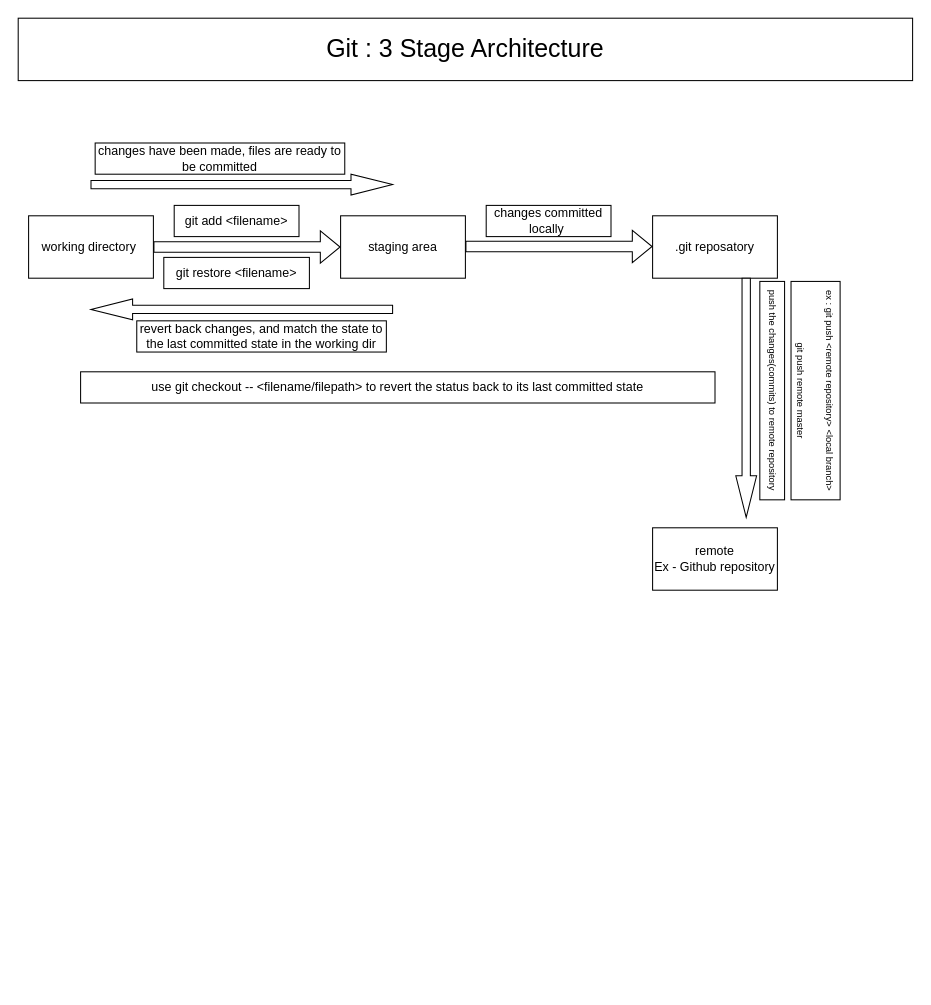
Above: Git_architecture.drawio in mj111312/learning-Git (draw.io), before the change. Source tidied: cells renumbered, new cells numbered last; positions are measured from the earlier drawing's top-left corner, leaving out a move shared by most shapes. Both pictures are drawn from the tidied source at 104%, with x=0, y=0 at pixel (18, 18).
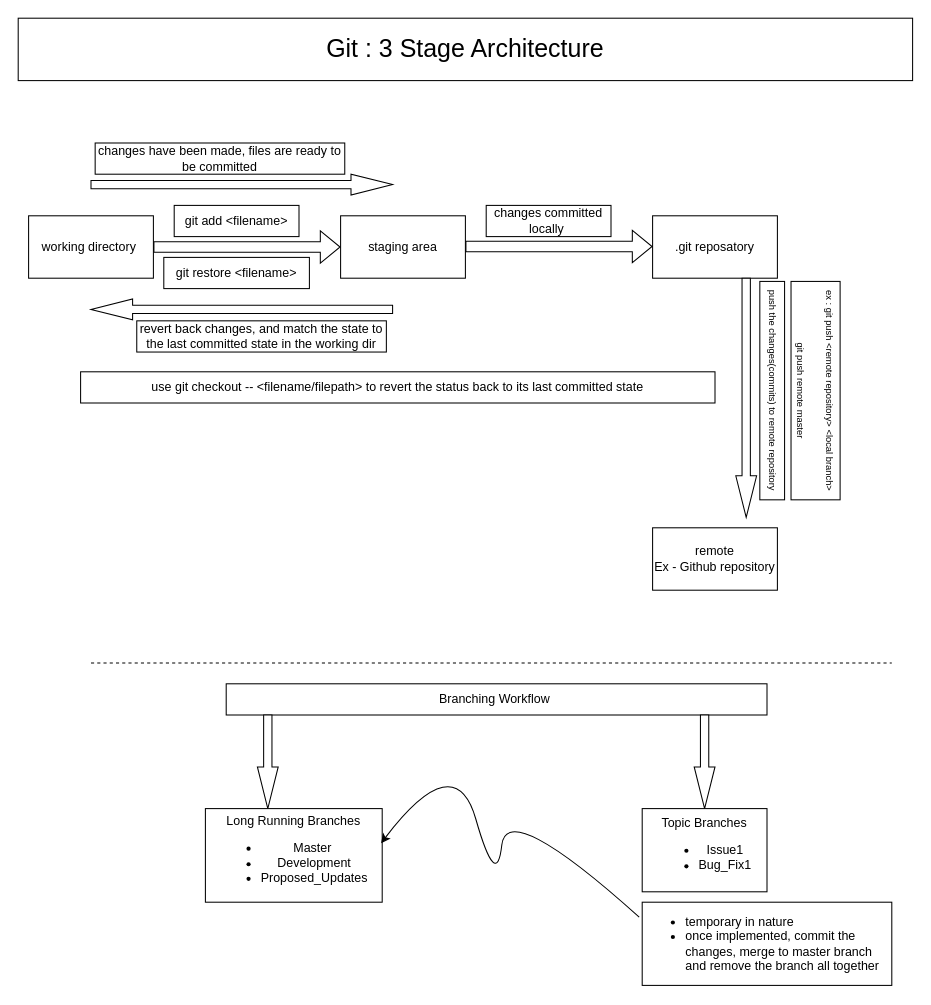
Above is the later version.

Commit message (it also covers changes not shown here):
added info about branching workflow in architecture diagram

The edit, as a diff of the source:
```diff
@@
+    <mxCell id="20" style="endArrow=none;dashed=1;html=1;rounded=0;" parent="1" edge="1">
+      <mxGeometry relative="1" as="geometry">
+        <mxPoint x="70" y="620" as="sourcePoint" />
+        <mxPoint x="840" y="620" as="targetPoint" />
+        <Array as="points">
+          <mxPoint x="120" y="620" />
+        </Array>
+      </mxGeometry>
+    </mxCell>
+    <mxCell id="21" value="Branching Workflow&amp;nbsp;" style="rounded=0;whiteSpace=wrap;html=1;" parent="1" vertex="1">
+      <mxGeometry x="200" y="640" width="520" height="30" as="geometry" />
+    </mxCell>
+    <mxCell id="22" style="html=1;shadow=0;dashed=0;align=center;verticalAlign=middle;shape=mxgraph.arrows2.arrow;dy=0.6;dx=40;notch=0;direction=south;" parent="1" vertex="1">
+      <mxGeometry x="230" y="670" width="20" height="90" as="geometry" />
+    </mxCell>
+    <mxCell id="23" style="html=1;shadow=0;dashed=0;align=center;verticalAlign=middle;shape=mxgraph.arrows2.arrow;dy=0.6;dx=40;notch=0;direction=south;" parent="1" vertex="1">
+      <mxGeometry x="650" y="670" width="20" height="90" as="geometry" />
+    </mxCell>
+    <mxCell id="24" value="Long Running Branches&lt;div&gt;&lt;ul&gt;&lt;li&gt;Master&amp;nbsp;&lt;/li&gt;&lt;li&gt;Development&lt;/li&gt;&lt;li&gt;Proposed_Updates&lt;/li&gt;&lt;/ul&gt;&lt;/div&gt;" style="rounded=0;whiteSpace=wrap;html=1;labelPosition=center;verticalLabelPosition=middle;align=center;verticalAlign=middle;" parent="1" vertex="1">
+      <mxGeometry x="180" y="760" width="170" height="90" as="geometry" />
+    </mxCell>
+    <mxCell id="25" value="Topic Branches&lt;div&gt;&lt;ul&gt;&lt;li&gt;Issue1&lt;/li&gt;&lt;li&gt;Bug_Fix1&lt;/li&gt;&lt;/ul&gt;&lt;/div&gt;" style="rounded=0;whiteSpace=wrap;html=1;" parent="1" vertex="1">
+      <mxGeometry x="600" y="760" width="120" height="80" as="geometry" />
+    </mxCell>
+    <mxCell id="26" value="&lt;ul&gt;&lt;li&gt;temporary in nature&lt;/li&gt;&lt;li&gt;once implemented, commit the changes, merge to master branch and remove the branch all together&lt;/li&gt;&lt;/ul&gt;" style="rounded=0;whiteSpace=wrap;html=1;align=left;" parent="1" vertex="1">
+      <mxGeometry x="600" y="850" width="240" height="80" as="geometry" />
+    </mxCell>
+    <mxCell id="27" style="curved=1;endArrow=classic;html=1;rounded=0;entryX=0.994;entryY=0.369;entryDx=0;entryDy=0;entryPerimeter=0;exitX=-0.012;exitY=0.18;exitDx=0;exitDy=0;exitPerimeter=0;" parent="1" edge="1" source="26" target="24">
+      <mxGeometry relative="1" as="geometry">
+        <Array as="points">
+          <mxPoint x="470" y="750" />
+          <mxPoint x="460" y="840" />
+          <mxPoint x="420" y="700" />
+        </Array>
+      </mxGeometry>
+    </mxCell>
```
